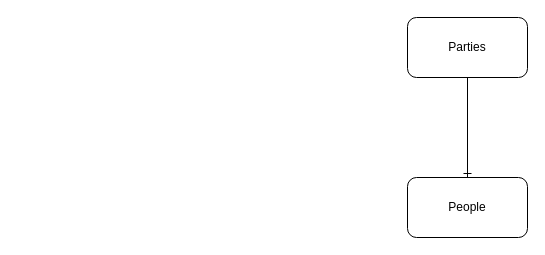
This is moodeng.drawio from chavp/hello-api, a draw.io file, before an edit. Source tidied: cells renumbered, new cells numbered last; positions are measured from the earlier drawing's top-left corner, leaving out a move shared by most shapes. Both pictures are drawn from the tidied source at 100%, with x=0, y=0 at pixel (407, 17).
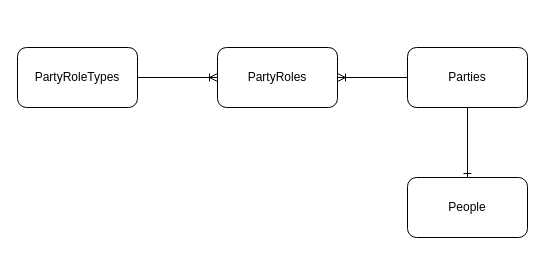
The same page after the edit.

Diff of the diagram source:
```diff
@@
 <mxGraphModel>
   <root>
     <mxCell id="0" />
     <mxCell id="1" parent="0" />
     <mxCell id="2" value="Parties" style="rounded=1;whiteSpace=wrap;html=1;" parent="1" vertex="1">
-      <mxGeometry width="120" height="60" as="geometry" />
+      <mxGeometry y="30" width="120" height="60" as="geometry" />
     </mxCell>
     <mxCell id="3" value="People" style="rounded=1;whiteSpace=wrap;html=1;" parent="1" vertex="1">
       <mxGeometry y="160" width="120" height="60" as="geometry" />
     </mxCell>
     <mxCell id="4" style="fontSize=12;html=1;endArrow=ERone;endFill=1;rounded=0;" parent="1" edge="1" source="2" target="3">
       <mxGeometry relative="1" as="geometry" />
     </mxCell>
+    <mxCell id="5" value="PartyRoles" style="rounded=1;whiteSpace=wrap;html=1;" parent="1" vertex="1">
+      <mxGeometry x="-190" y="30" width="120" height="60" as="geometry" />
+    </mxCell>
+    <mxCell id="6" style="fontSize=12;html=1;endArrow=ERoneToMany;rounded=0;" parent="1" edge="1" source="2" target="5">
+      <mxGeometry relative="1" as="geometry" />
+    </mxCell>
+    <mxCell id="7" value="PartyRoleTypes" style="rounded=1;whiteSpace=wrap;html=1;" parent="1" vertex="1">
+      <mxGeometry x="-390" y="30" width="120" height="60" as="geometry" />
+    </mxCell>
+    <mxCell id="8" style="fontSize=12;html=1;endArrow=ERoneToMany;rounded=0;" parent="1" edge="1" source="7" target="5">
+      <mxGeometry relative="1" as="geometry" />
+    </mxCell>
   </root>
 </mxGraphModel>
```
